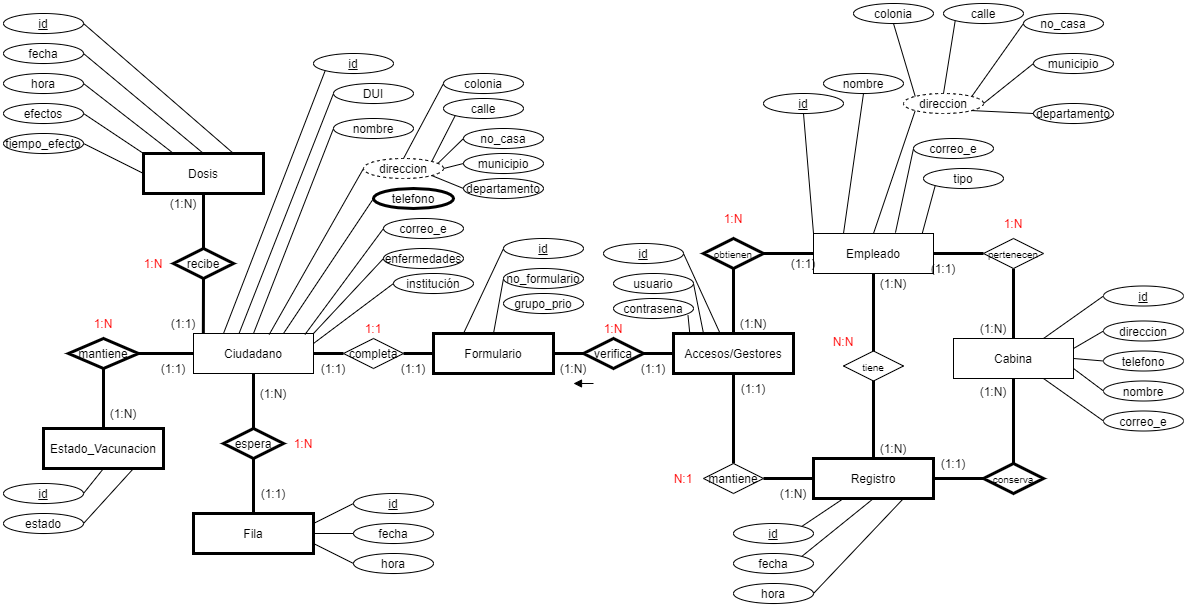
The draw.io diagram Base de Datos/Diagrama Entidad-Relacion.png in UCASV/proyecto-final-grupo_46, before a commit. Source tidied: cells renumbered, new cells last; positions are measured from the earlier drawing's top-left corner, leaving out a move shared by most shapes.
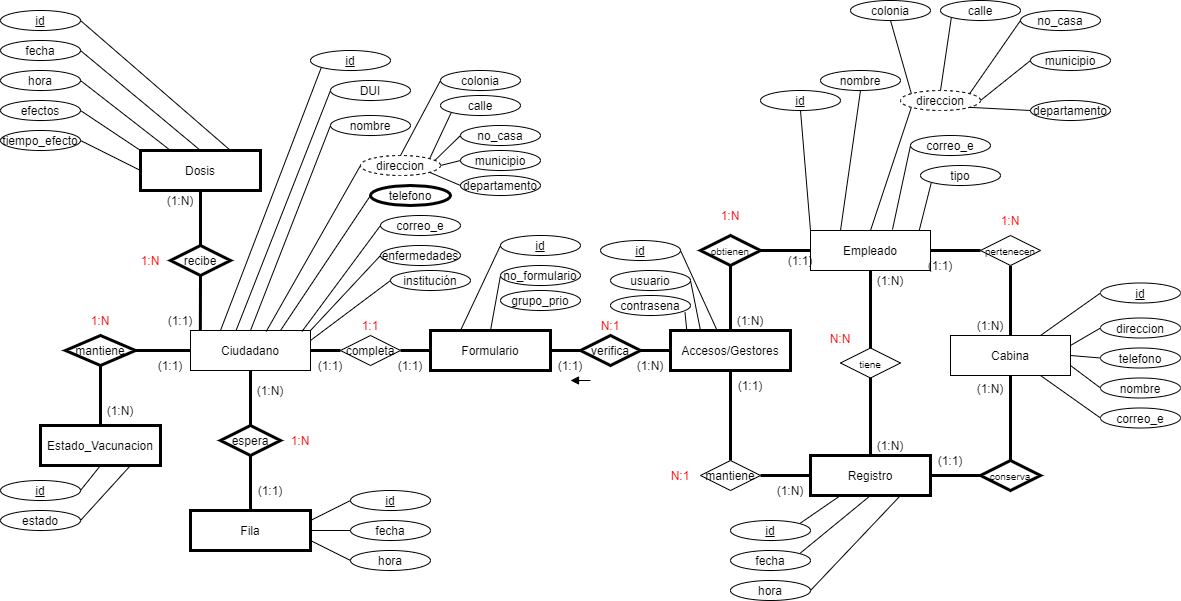
The same diagram one commit later.

Change to the diagram source:
```diff
@@ -346,10 +346,10 @@
     <mxCell id="114" value="(1:N)" style="text;html=1;strokeColor=none;fillColor=none;align=center;verticalAlign=middle;whiteSpace=wrap;rounded=0;" parent="1" vertex="1">
       <mxGeometry x="170" y="190" width="20" height="20" as="geometry" />
     </mxCell>
-    <mxCell id="115" value="(1:1)" style="text;html=1;strokeColor=none;fillColor=none;align=center;verticalAlign=middle;whiteSpace=wrap;rounded=0;" parent="1" vertex="1">
+    <mxCell id="115" value="(1:N)" style="text;html=1;strokeColor=none;fillColor=none;align=center;verticalAlign=middle;whiteSpace=wrap;rounded=0;" parent="1" vertex="1">
       <mxGeometry x="640" y="355" width="20" height="20" as="geometry" />
     </mxCell>
-    <mxCell id="116" value="(1:N)" style="text;html=1;strokeColor=none;fillColor=none;align=center;verticalAlign=middle;whiteSpace=wrap;rounded=0;" parent="1" vertex="1">
+    <mxCell id="116" value="(1:1)" style="text;html=1;strokeColor=none;fillColor=none;align=center;verticalAlign=middle;whiteSpace=wrap;rounded=0;" parent="1" vertex="1">
       <mxGeometry x="560" y="355" width="20" height="20" as="geometry" />
     </mxCell>
     <mxCell id="117" value="(1:1)" style="text;html=1;strokeColor=none;fillColor=none;align=center;verticalAlign=middle;whiteSpace=wrap;rounded=0;" parent="1" vertex="1">
@@ -379,7 +379,7 @@
     <mxCell id="125" value="1:N" style="text;html=1;strokeColor=none;fillColor=none;align=center;verticalAlign=middle;whiteSpace=wrap;rounded=0;fontColor=#FF0000;" parent="1" vertex="1">
       <mxGeometry x="280" y="430" width="40" height="20" as="geometry" />
     </mxCell>
-    <mxCell id="126" value="1:N" style="text;html=1;strokeColor=none;fillColor=none;align=center;verticalAlign=middle;whiteSpace=wrap;rounded=0;fontColor=#FF0000;" parent="1" vertex="1">
+    <mxCell id="126" value="N:1" style="text;html=1;strokeColor=none;fillColor=none;align=center;verticalAlign=middle;whiteSpace=wrap;rounded=0;fontColor=#FF0000;" parent="1" vertex="1">
       <mxGeometry x="590" y="315" width="40" height="20" as="geometry" />
     </mxCell>
     <mxCell id="127" value="N:1" style="text;html=1;strokeColor=none;fillColor=none;align=center;verticalAlign=middle;whiteSpace=wrap;rounded=0;fontColor=#FF0000;" parent="1" vertex="1">
```
